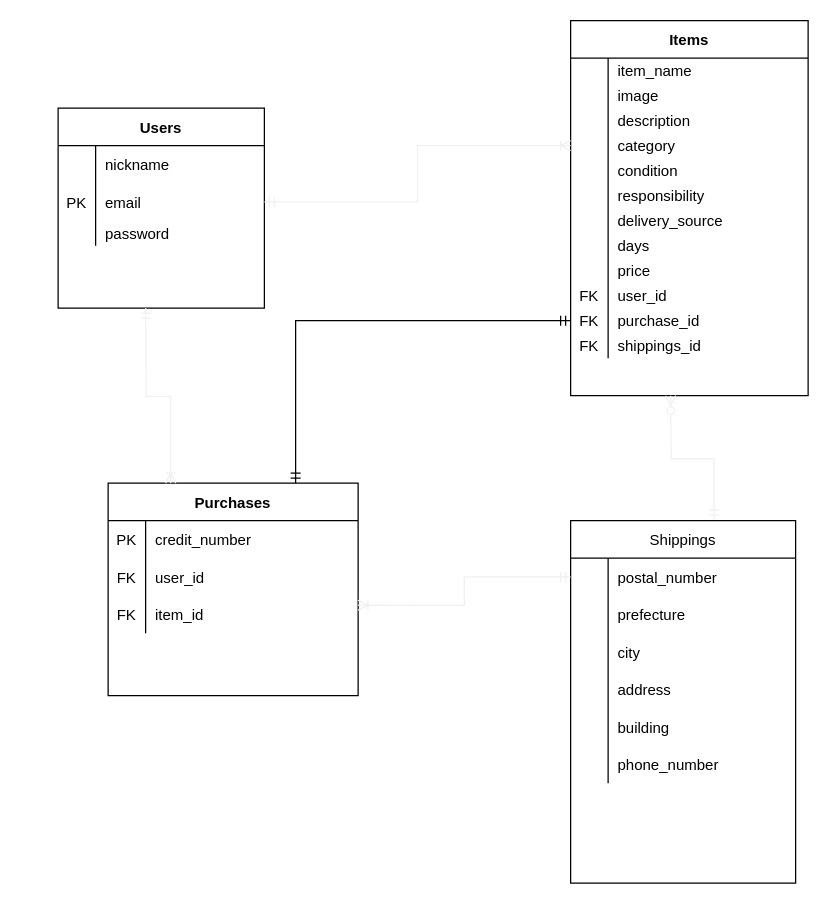
This is er_diagram.dio from MaruyakiLog/furima-32890, a draw.io file, before an edit. Source tidied: cells renumbered, new cells numbered last; positions are measured from the earlier drawing's top-left corner, leaving out a move shared by most shapes. Both pictures are drawn from the tidied source at 125%, with x=0, y=0 at pixel (58, 20).
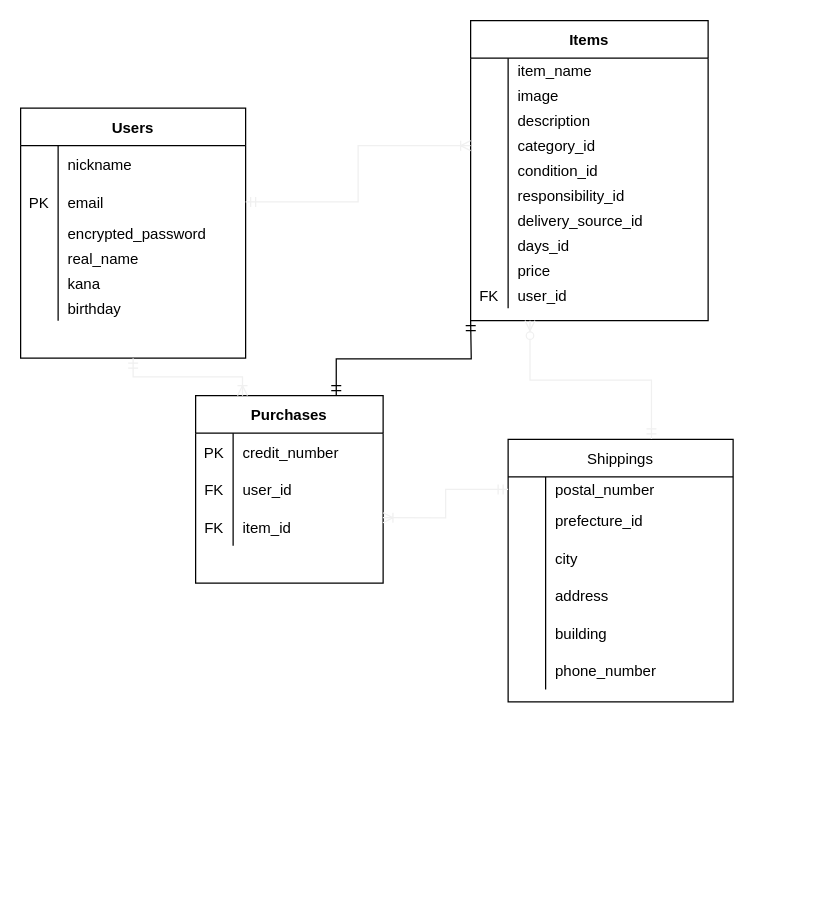
After the change.

Commit message (it also covers changes not shown here):
README作成(DB設計)_レビュー指摘箇所の修正

The change refers to these unchanged cells:
```xml
<mxCell id="22" style="shape=partialRectangle;fillColor=none;top=0;left=0;bottom=0;right=0;points=[[0,0.5],[1,0.5]];portConstraint=eastwest;" parent="12" vertex="1">
  <mxGeometry y="90" width="190" height="20" as="geometry" />
</mxCell>
<mxCell id="25" style="shape=partialRectangle;fillColor=none;top=0;left=0;bottom=0;right=0;" parent="12" vertex="1">
  <mxGeometry y="110" width="190" height="20" as="geometry" />
</mxCell>
<mxCell id="28" style="shape=partialRectangle;fillColor=none;top=0;left=0;bottom=0;right=0;" parent="12" vertex="1">
  <mxGeometry y="130" width="190" height="20" as="geometry" />
</mxCell>
<mxCell id="31" style="shape=partialRectangle;fillColor=none;top=0;left=0;bottom=0;right=0;" parent="12" vertex="1">
  <mxGeometry y="150" width="190" height="20" as="geometry" />
</mxCell>
<mxCell id="34" style="shape=partialRectangle;fillColor=none;top=0;left=0;bottom=0;right=0;" parent="12" vertex="1">
  <mxGeometry y="170" width="190" height="20" as="geometry" />
</mxCell>
```

What changed in the source:
```diff
@@
     <mxCell id="2" value="Users" style="shape=table;startSize=30;childLayout=tableLayout;rowLines=0;fontStyle=1;align=center;" parent="1" vertex="1">
-      <mxGeometry y="70" width="165" height="160" as="geometry" />
+      <mxGeometry x="-30" y="70" width="180" height="200" as="geometry" />
     </mxCell>
     <mxCell id="3" style="shape=partialRectangle;fillColor=none;top=0;left=0;bottom=0;right=0;" parent="2" vertex="1">
-      <mxGeometry y="30" width="165" height="30" as="geometry" />
+      <mxGeometry y="30" width="180" height="30" as="geometry" />
     </mxCell>
@@
     <mxCell id="5" value="nickname" style="shape=partialRectangle;fillColor=none;top=0;left=0;bottom=0;right=0;align=left;spacingLeft=6;overflow=hidden;" parent="3" vertex="1">
-      <mxGeometry x="30" width="135" height="30" as="geometry" />
+      <mxGeometry x="30" width="150" height="30" as="geometry" />
     </mxCell>
     <mxCell id="6" style="shape=partialRectangle;fillColor=none;top=0;left=0;bottom=0;right=0;points=[[0,0.5],[1,0.5]];portConstraint=eastwest;" parent="2" vertex="1">
-      <mxGeometry y="60" width="165" height="30" as="geometry" />
+      <mxGeometry y="60" width="180" height="30" as="geometry" />
     </mxCell>
@@
     <mxCell id="8" value="email" style="shape=partialRectangle;fillColor=none;top=0;left=0;bottom=0;right=0;align=left;spacingLeft=6;overflow=hidden;" parent="6" vertex="1">
-      <mxGeometry x="30" width="135" height="30" as="geometry" />
+      <mxGeometry x="30" width="150" height="30" as="geometry" />
     </mxCell>
+    <mxCell id="84" style="shape=partialRectangle;fillColor=none;top=0;left=0;bottom=0;right=0;" parent="2" vertex="1">
+      <mxGeometry y="90" width="180" height="20" as="geometry" />
+    </mxCell>
+    <mxCell id="85" style="shape=partialRectangle;fillColor=none;top=0;left=0;bottom=0;right=0;overflow=hidden;" parent="84" vertex="1">
+      <mxGeometry width="30" height="20" as="geometry" />
+    </mxCell>
+    <mxCell id="86" value="encrypted_password" style="shape=partialRectangle;fillColor=none;top=0;left=0;bottom=0;right=0;align=left;spacingLeft=6;overflow=hidden;" parent="84" vertex="1">
+      <mxGeometry x="30" width="150" height="20" as="geometry" />
+    </mxCell>
+    <mxCell id="87" style="shape=partialRectangle;fillColor=none;top=0;left=0;bottom=0;right=0;" parent="2" vertex="1">
+      <mxGeometry y="110" width="180" height="20" as="geometry" />
+    </mxCell>
+    <mxCell id="88" style="shape=partialRectangle;fillColor=none;top=0;left=0;bottom=0;right=0;overflow=hidden;" parent="87" vertex="1">
+      <mxGeometry width="30" height="20" as="geometry" />
+    </mxCell>
+    <mxCell id="89" value="real_name" style="shape=partialRectangle;fillColor=none;top=0;left=0;bottom=0;right=0;align=left;spacingLeft=6;overflow=hidden;" parent="87" vertex="1">
+      <mxGeometry x="30" width="150" height="20" as="geometry" />
+    </mxCell>
+    <mxCell id="90" style="shape=partialRectangle;fillColor=none;top=0;left=0;bottom=0;right=0;" parent="2" vertex="1">
+      <mxGeometry y="130" width="180" height="20" as="geometry" />
+    </mxCell>
+    <mxCell id="91" style="shape=partialRectangle;fillColor=none;top=0;left=0;bottom=0;right=0;overflow=hidden;" parent="90" vertex="1">
+      <mxGeometry width="30" height="20" as="geometry" />
+    </mxCell>
+    <mxCell id="92" value="kana" style="shape=partialRectangle;fillColor=none;top=0;left=0;bottom=0;right=0;align=left;spacingLeft=6;overflow=hidden;" parent="90" vertex="1">
+      <mxGeometry x="30" width="150" height="20" as="geometry" />
+    </mxCell>
     <mxCell id="9" style="shape=partialRectangle;fillColor=none;top=0;left=0;bottom=0;right=0;" parent="2" vertex="1">
-      <mxGeometry y="90" width="165" height="20" as="geometry" />
+      <mxGeometry y="150" width="180" height="20" as="geometry" />
     </mxCell>
@@
-    <mxCell id="11" value="password" style="shape=partialRectangle;fillColor=none;top=0;left=0;bottom=0;right=0;align=left;spacingLeft=6;overflow=hidden;" parent="9" vertex="1">
-      <mxGeometry x="30" width="135" height="20" as="geometry" />
+    <mxCell id="11" value="birthday" style="shape=partialRectangle;fillColor=none;top=0;left=0;bottom=0;right=0;align=left;spacingLeft=6;overflow=hidden;" parent="9" vertex="1">
+      <mxGeometry x="30" width="150" height="20" as="geometry" />
     </mxCell>
     <mxCell id="12" value="Items" style="shape=table;startSize=30;childLayout=tableLayout;rowLines=0;fontStyle=1;align=center;" parent="1" vertex="1">
-      <mxGeometry x="410" width="190" height="300" as="geometry" />
+      <mxGeometry x="330" width="190" height="240" as="geometry" />
     </mxCell>
@@
-    <mxCell id="24" value="category" style="shape=partialRectangle;fillColor=none;top=0;left=0;bottom=0;right=0;align=left;spacingLeft=6;overflow=hidden;" parent="22" vertex="1">
+    <mxCell id="24" value="category_id" style="shape=partialRectangle;fillColor=none;top=0;left=0;bottom=0;right=0;align=left;spacingLeft=6;overflow=hidden;" parent="22" vertex="1">
       <mxGeometry x="30" width="160" height="20" as="geometry" />
     </mxCell>
@@
-    <mxCell id="27" value="condition" style="shape=partialRectangle;fillColor=none;top=0;left=0;bottom=0;right=0;align=left;spacingLeft=6;overflow=hidden;" parent="25" vertex="1">
+    <mxCell id="27" value="condition_id" style="shape=partialRectangle;fillColor=none;top=0;left=0;bottom=0;right=0;align=left;spacingLeft=6;overflow=hidden;" parent="25" vertex="1">
       <mxGeometry x="30" width="160" height="20" as="geometry" />
     </mxCell>
@@
-    <mxCell id="30" value="responsibility" style="shape=partialRectangle;fillColor=none;top=0;left=0;bottom=0;right=0;align=left;spacingLeft=6;overflow=hidden;" parent="28" vertex="1">
+    <mxCell id="30" value="responsibility_id" style="shape=partialRectangle;fillColor=none;top=0;left=0;bottom=0;right=0;align=left;spacingLeft=6;overflow=hidden;" parent="28" vertex="1">
       <mxGeometry x="30" width="160" height="20" as="geometry" />
     </mxCell>
@@
-    <mxCell id="33" value="delivery_source" style="shape=partialRectangle;fillColor=none;top=0;left=0;bottom=0;right=0;align=left;spacingLeft=6;overflow=hidden;" parent="31" vertex="1">
+    <mxCell id="33" value="delivery_source_id" style="shape=partialRectangle;fillColor=none;top=0;left=0;bottom=0;right=0;align=left;spacingLeft=6;overflow=hidden;" parent="31" vertex="1">
       <mxGeometry x="30" width="160" height="20" as="geometry" />
     </mxCell>
@@
-    <mxCell id="36" value="days" style="shape=partialRectangle;fillColor=none;top=0;left=0;bottom=0;right=0;align=left;spacingLeft=6;overflow=hidden;" parent="34" vertex="1">
+    <mxCell id="36" value="days_id" style="shape=partialRectangle;fillColor=none;top=0;left=0;bottom=0;right=0;align=left;spacingLeft=6;overflow=hidden;" parent="34" vertex="1">
       <mxGeometry x="30" width="160" height="20" as="geometry" />
     </mxCell>
@@
-    <mxCell id="43" style="shape=partialRectangle;fillColor=none;top=0;left=0;bottom=0;right=0;points=[[0,0.5],[1,0.5]];portConstraint=eastwest;" parent="12" vertex="1">
-      <mxGeometry y="230" width="190" height="20" as="geometry" />
-    </mxCell>
-    <mxCell id="44" value="FK" style="shape=partialRectangle;fillColor=none;top=0;left=0;bottom=0;right=0;overflow=hidden;" parent="43" vertex="1">
-      <mxGeometry width="30" height="20" as="geometry" />
-    </mxCell>
-    <mxCell id="45" value="purchase_id" style="shape=partialRectangle;fillColor=none;top=0;left=0;bottom=0;right=0;align=left;spacingLeft=6;overflow=hidden;" parent="43" vertex="1">
-      <mxGeometry x="30" width="160" height="20" as="geometry" />
-    </mxCell>
-    <mxCell id="46" style="shape=partialRectangle;fillColor=none;top=0;left=0;bottom=0;right=0;" parent="12" vertex="1">
-      <mxGeometry y="250" width="190" height="20" as="geometry" />
-    </mxCell>
-    <mxCell id="47" value="FK" style="shape=partialRectangle;fillColor=none;top=0;left=0;bottom=0;right=0;overflow=hidden;" parent="46" vertex="1">
-      <mxGeometry width="30" height="20" as="geometry" />
-    </mxCell>
-    <mxCell id="48" value="shippings_id" style="shape=partialRectangle;fillColor=none;top=0;left=0;bottom=0;right=0;align=left;spacingLeft=6;overflow=hidden;" parent="46" vertex="1">
-      <mxGeometry x="30" width="160" height="20" as="geometry" />
-    </mxCell>
     <mxCell id="49" value="Purchases" style="shape=table;startSize=30;childLayout=tableLayout;rowLines=0;fontStyle=1;align=center;" parent="1" vertex="1">
-      <mxGeometry x="40" y="370" width="200" height="170" as="geometry" />
+      <mxGeometry x="110" y="300" width="150" height="150" as="geometry" />
     </mxCell>
     <mxCell id="50" style="shape=partialRectangle;fillColor=none;top=0;left=0;bottom=0;right=0;points=[[0,0.5],[1,0.5]];portConstraint=eastwest;" parent="49" vertex="1">
-      <mxGeometry y="30" width="200" height="30" as="geometry" />
+      <mxGeometry y="30" width="150" height="30" as="geometry" />
     </mxCell>
@@
     <mxCell id="52" value="credit_number" style="shape=partialRectangle;fillColor=none;top=0;left=0;bottom=0;right=0;align=left;spacingLeft=6;overflow=hidden;" parent="50" vertex="1">
-      <mxGeometry x="30" width="170" height="30" as="geometry" />
+      <mxGeometry x="30" width="120" height="30" as="geometry" />
     </mxCell>
     <mxCell id="53" style="shape=partialRectangle;fillColor=none;top=0;left=0;bottom=0;right=0;" parent="49" vertex="1">
-      <mxGeometry y="60" width="200" height="30" as="geometry" />
+      <mxGeometry y="60" width="150" height="30" as="geometry" />
     </mxCell>
@@
     <mxCell id="55" value="user_id" style="shape=partialRectangle;fillColor=none;top=0;left=0;bottom=0;right=0;align=left;spacingLeft=6;overflow=hidden;" parent="53" vertex="1">
-      <mxGeometry x="30" width="170" height="30" as="geometry" />
+      <mxGeometry x="30" width="120" height="30" as="geometry" />
     </mxCell>
     <mxCell id="56" style="shape=partialRectangle;fillColor=none;top=0;left=0;bottom=0;right=0;points=[[0,0.5],[1,0.5]];portConstraint=eastwest;" parent="49" vertex="1">
-      <mxGeometry y="90" width="200" height="30" as="geometry" />
+      <mxGeometry y="90" width="150" height="30" as="geometry" />
     </mxCell>
@@
     <mxCell id="58" value="item_id" style="shape=partialRectangle;fillColor=none;top=0;left=0;bottom=0;right=0;align=left;spacingLeft=6;fontStyle=0;overflow=hidden;" parent="56" vertex="1">
-      <mxGeometry x="30" width="170" height="30" as="geometry" />
+      <mxGeometry x="30" width="120" height="30" as="geometry" />
     </mxCell>
     <mxCell id="59" value="Shippings" style="shape=table;startSize=30;childLayout=tableLayout;rowLines=0;fontStyle=0;align=center;" parent="1" vertex="1">
-      <mxGeometry x="410" y="400" width="180" height="290" as="geometry" />
+      <mxGeometry x="360" y="335" width="180" height="210" as="geometry" />
     </mxCell>
     <mxCell id="60" style="shape=partialRectangle;fillColor=none;top=0;left=0;bottom=0;right=0;points=[[0,0.5],[1,0.5]];portConstraint=eastwest;" parent="59" vertex="1">
-      <mxGeometry y="30" width="180" height="30" as="geometry" />
+      <mxGeometry y="30" width="180" height="20" as="geometry" />
     </mxCell>
     <mxCell id="61" style="shape=partialRectangle;fillColor=none;top=0;left=0;bottom=0;right=0;overflow=hidden;" parent="60" vertex="1">
-      <mxGeometry width="30" height="30" as="geometry" />
+      <mxGeometry width="30" height="20" as="geometry" />
     </mxCell>
     <mxCell id="62" value="postal_number" style="shape=partialRectangle;fillColor=none;top=0;left=0;bottom=0;right=0;align=left;spacingLeft=6;overflow=hidden;" parent="60" vertex="1">
-      <mxGeometry x="30" width="150" height="30" as="geometry" />
+      <mxGeometry x="30" width="150" height="20" as="geometry" />
     </mxCell>
     <mxCell id="63" style="shape=partialRectangle;fillColor=none;top=0;left=0;bottom=0;right=0;" parent="59" vertex="1">
-      <mxGeometry y="60" width="180" height="30" as="geometry" />
+      <mxGeometry y="50" width="180" height="30" as="geometry" />
     </mxCell>
@@
-    <mxCell id="65" value="prefecture" style="shape=partialRectangle;fillColor=none;top=0;left=0;bottom=0;right=0;align=left;spacingLeft=6;overflow=hidden;" parent="63" vertex="1">
+    <mxCell id="65" value="prefecture_id" style="shape=partialRectangle;fillColor=none;top=0;left=0;bottom=0;right=0;align=left;spacingLeft=6;overflow=hidden;" parent="63" vertex="1">
       <mxGeometry x="30" width="150" height="30" as="geometry" />
     </mxCell>
     <mxCell id="66" style="shape=partialRectangle;fillColor=none;top=0;left=0;bottom=0;right=0;" parent="59" vertex="1">
-      <mxGeometry y="90" width="180" height="30" as="geometry" />
+      <mxGeometry y="80" width="180" height="30" as="geometry" />
     </mxCell>
@@
     <mxCell id="69" style="shape=partialRectangle;fillColor=none;top=0;left=0;bottom=0;right=0;" parent="59" vertex="1">
-      <mxGeometry y="120" width="180" height="30" as="geometry" />
+      <mxGeometry y="110" width="180" height="30" as="geometry" />
     </mxCell>
@@
     <mxCell id="72" style="shape=partialRectangle;fillColor=none;top=0;left=0;bottom=0;right=0;" parent="59" vertex="1">
-      <mxGeometry y="150" width="180" height="30" as="geometry" />
+      <mxGeometry y="140" width="180" height="30" as="geometry" />
     </mxCell>
@@
     <mxCell id="75" style="shape=partialRectangle;fillColor=none;top=0;left=0;bottom=0;right=0;" parent="59" vertex="1">
-      <mxGeometry y="180" width="180" height="30" as="geometry" />
+      <mxGeometry y="170" width="180" height="30" as="geometry" />
     </mxCell>
@@
-    <mxCell id="79" style="edgeStyle=orthogonalEdgeStyle;fontSize=12;html=1;endArrow=ERmandOne;startArrow=ERmandOne;entryX=0;entryY=0.5;entryDx=0;entryDy=0;rounded=0;exitX=0.75;exitY=0;exitDx=0;exitDy=0;" parent="1" edge="1" source="49" target="43">
-      <mxGeometry relative="1" as="geometry" />
+    <mxCell id="79" style="edgeStyle=orthogonalEdgeStyle;fontSize=12;html=1;endArrow=ERmandOne;startArrow=ERmandOne;entryX=0;entryY=0.5;entryDx=0;entryDy=0;rounded=0;exitX=0.75;exitY=0;exitDx=0;exitDy=0;" parent="1" edge="1" source="49">
+      <mxGeometry relative="1" as="geometry">
+        <mxPoint x="330" y="240" as="targetPoint" />
+      </mxGeometry>
     </mxCell>
@@
-    <mxCell id="81" style="edgeStyle=orthogonalEdgeStyle;fontSize=12;html=1;endArrow=ERzeroToMany;startArrow=ERmandOne;strokeColor=#f0f0f0;exitX=0.637;exitY=-0.002;exitDx=0;exitDy=0;exitPerimeter=0;rounded=0;" parent="1" edge="1" source="59">
-      <mxGeometry relative="1" as="geometry">
-        <mxPoint x="490" y="300" as="targetPoint" />
-      </mxGeometry>
+    <mxCell id="81" style="edgeStyle=orthogonalEdgeStyle;fontSize=12;html=1;endArrow=ERzeroToMany;startArrow=ERmandOne;strokeColor=#f0f0f0;exitX=0.637;exitY=-0.002;exitDx=0;exitDy=0;exitPerimeter=0;rounded=0;entryX=0.25;entryY=1;entryDx=0;entryDy=0;" parent="1" edge="1" source="59" target="12">
+      <mxGeometry relative="1" as="geometry" />
     </mxCell>
-    <mxCell id="82" style="edgeStyle=orthogonalEdgeStyle;fontSize=12;html=1;endArrow=ERoneToMany;startArrow=ERmandOne;strokeColor=#f0f0f0;rounded=0;entryX=0.25;entryY=0;entryDx=0;entryDy=0;" parent="1" edge="1" target="49">
-      <mxGeometry relative="1" as="geometry">
-        <mxPoint x="70" y="230" as="sourcePoint" />
-      </mxGeometry>
+    <mxCell id="82" style="edgeStyle=orthogonalEdgeStyle;fontSize=12;html=1;endArrow=ERoneToMany;startArrow=ERmandOne;strokeColor=#f0f0f0;rounded=0;entryX=0.25;entryY=0;entryDx=0;entryDy=0;exitX=0.5;exitY=1;exitDx=0;exitDy=0;" parent="1" edge="1" source="2" target="49">
+      <mxGeometry relative="1" as="geometry" />
     </mxCell>
```
